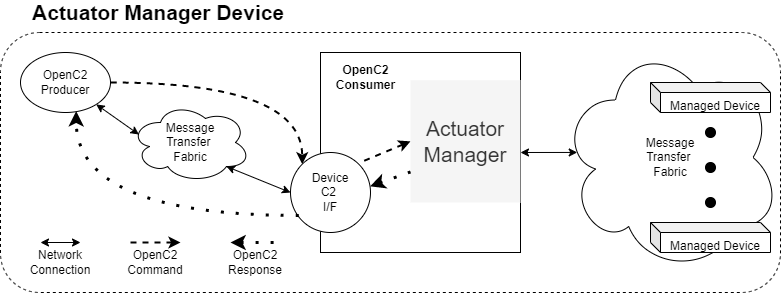
Before: images/Actuator-Manager-Device.drawio.png, a diagram exported from draw.io (oasis-tcs/openc2-oc2arch). Source tidied: cells renumbered, new cells last; positions are measured from the earlier drawing's top-left corner, leaving out a move shared by most shapes.
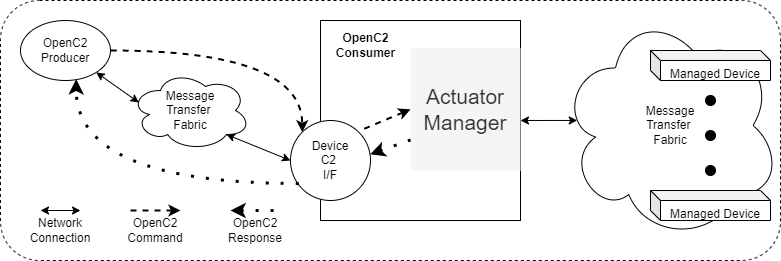
Above is the later version.

Change to the diagram source:
```diff
@@ -70,9 +70,6 @@
     <mxCell id="20" style="endArrow=none;html=1;dashed=1;strokeWidth=3;endFill=0;startArrow=classic;startFill=1;dashPattern=1 4;entryX=0;entryY=0.75;entryDx=0;entryDy=0;exitX=0.005;exitY=0.577;exitDx=0;exitDy=0;exitPerimeter=0;" parent="1" edge="1" source="6" target="19">
       <mxGeometry relative="1" as="geometry" />
     </mxCell>
-    <mxCell id="21" value="&lt;b&gt;Actuator Manager Device&lt;/b&gt;" style="text;html=1;strokeColor=none;fillColor=none;align=left;verticalAlign=middle;whiteSpace=wrap;rounded=0;fontSize=21;" parent="1" vertex="1">
-      <mxGeometry x="30" width="400" height="20" as="geometry" />
-    </mxCell>
     <mxCell id="22" value="Message&lt;br&gt;Transfer &lt;br&gt;Fabric" style="ellipse;shape=cloud;whiteSpace=wrap;html=1;" parent="1" vertex="1">
       <mxGeometry x="560" y="40" width="220" height="230" as="geometry" />
     </mxCell>
```
